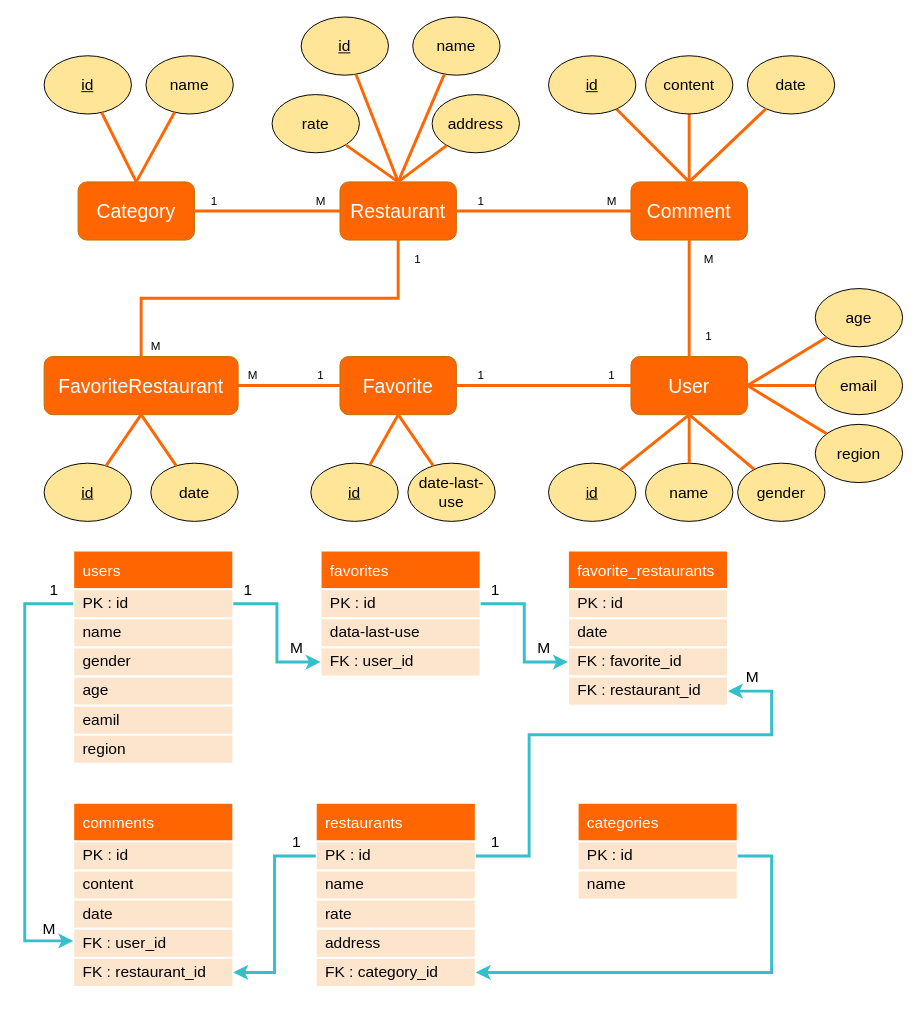
This is 餐廳論壇ERD+Schema.drawio.drawio from z88243310/bins, a draw.io file, before an edit. Source tidied: cells renumbered, new cells numbered last; positions are measured from the earlier drawing's top-left corner, leaving out a move shared by most shapes. Both pictures are drawn from the tidied source at 97%, with x=0, y=0 at pixel (24, 16).
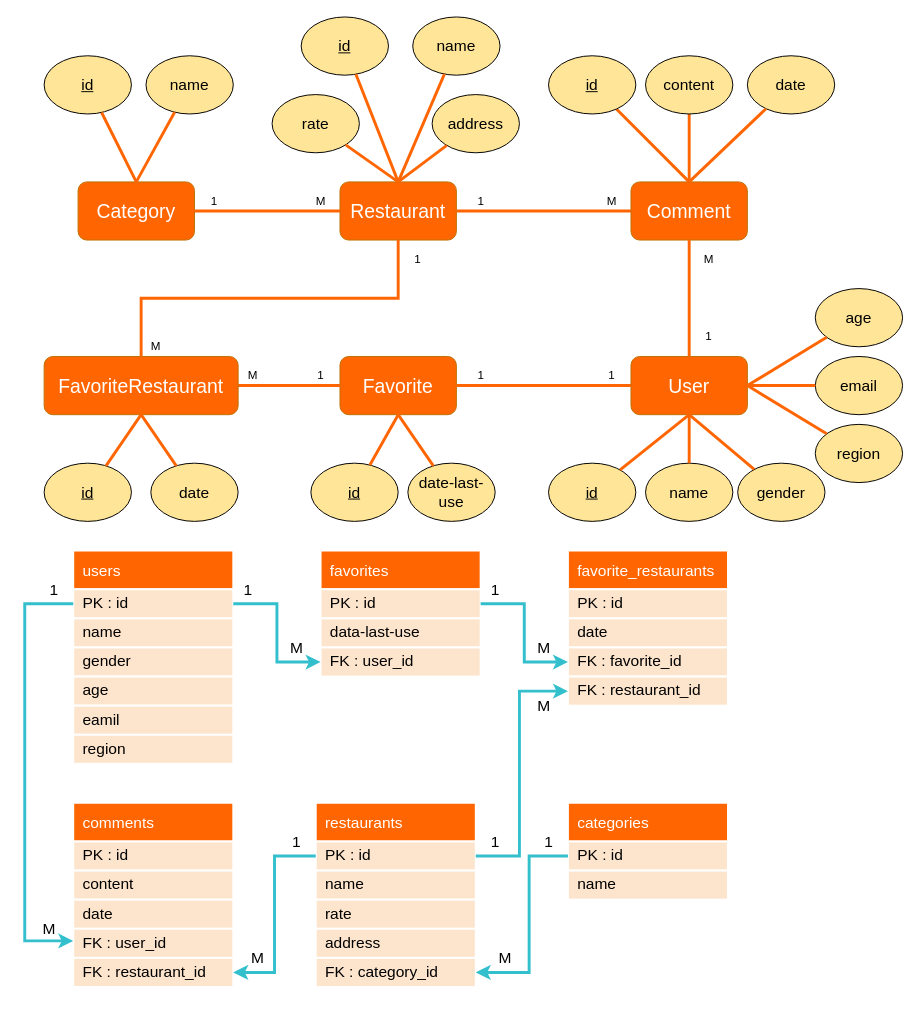
The same diagram, later.

Commit message (it also covers changes not shown here):
更新餐廳論壇ERD+Schema.drawio.drawio

The change refers to these unchanged cells:
```xml
<mxCell id="20" value="FK : restaurant_id" style="text;strokeColor=#FFFFFF;fillColor=#FDE5CD;spacingLeft=10;spacingRight=0;overflow=hidden;points=[[0,0.5],[1,0.5]];portConstraint=eastwest;fontSize=16;strokeWidth=2;sketch=0;shadow=0;rounded=0;glass=0;spacing=0;" parent="16" vertex="1">
  <mxGeometry y="130" width="165" height="30" as="geometry" />
</mxCell>
<mxCell id="24" value="PK : id" style="text;strokeColor=#FFFFFF;fillColor=#FDE5CD;spacingLeft=10;spacingRight=0;overflow=hidden;points=[[0,0.5],[1,0.5]];portConstraint=eastwest;fontSize=16;strokeWidth=2;perimeterSpacing=0;sketch=0;shadow=0;rounded=0;glass=0;spacing=0;fontStyle=0;" parent="23" vertex="1">
  <mxGeometry y="40" width="165" height="30" as="geometry" />
</mxCell>
<mxCell id="28" value="FK : category_id" style="text;strokeColor=#FFFFFF;fillColor=#FDE5CD;spacingLeft=10;spacingRight=0;overflow=hidden;points=[[0,0.5],[1,0.5]];portConstraint=eastwest;fontSize=16;strokeWidth=2;sketch=0;shadow=0;rounded=0;glass=0;spacing=0;" parent="23" vertex="1">
  <mxGeometry y="160" width="165" height="30" as="geometry" />
</mxCell>
<mxCell id="102" value="PK : id" style="text;strokeColor=#FFFFFF;fillColor=#FDE5CD;spacingLeft=10;spacingRight=0;overflow=hidden;points=[[0,0.5],[1,0.5]];portConstraint=eastwest;fontSize=16;strokeWidth=2;perimeterSpacing=0;sketch=0;shadow=0;rounded=0;glass=0;spacing=0;fontStyle=0;" parent="101" vertex="1">
  <mxGeometry y="40" width="165" height="30" as="geometry" />
</mxCell>
```

The edit, as a diff of the source:
```diff
@@
-    <mxCell id="29" style="edgeStyle=orthogonalEdgeStyle;rounded=0;jettySize=auto;html=1;fontSize=16;fontColor=#FFFFFF;strokeWidth=3;strokeColor=#33BFCC;entryX=1;entryY=0.5;entryDx=0;entryDy=0;exitX=1;exitY=0.5;exitDx=0;exitDy=0;" parent="1" edge="1" source="24" target="20">
+    <mxCell id="29" style="edgeStyle=orthogonalEdgeStyle;rounded=0;jettySize=auto;html=1;fontSize=16;fontColor=#FFFFFF;strokeWidth=3;strokeColor=#33BFCC;entryX=0;entryY=0.5;entryDx=0;entryDy=0;exitX=1;exitY=0.5;exitDx=0;exitDy=0;" parent="1" edge="1" source="24" target="20">
       <mxGeometry relative="1" as="geometry">
         <Array as="points">
-          <mxPoint x="520" y="865" />
-          <mxPoint x="520" y="740" />
-          <mxPoint x="770" y="740" />
-          <mxPoint x="770" y="695" />
+          <mxPoint x="510" y="865" />
+          <mxPoint x="510" y="695" />
         </Array>
       </mxGeometry>
     </mxCell>
     <mxCell id="30" value="M" style="text;html=1;align=center;verticalAlign=middle;strokeColor=none;fillColor=none;fontSize=16;fontColor=#000000;" parent="1" vertex="1">
-      <mxGeometry x="735" y="670" width="30" height="20" as="geometry" />
+      <mxGeometry x="520" y="700" width="30" height="20" as="geometry" />
     </mxCell>
@@
     <mxCell id="101" value="categories" style="swimlane;fontStyle=0;horizontal=1;startSize=40;align=left;fontSize=16;fontColor=#FFFFFF;fillColor=#FF6602;spacing=0;strokeColor=#FFFFFF;strokeWidth=2;spacingLeft=10;" parent="1" vertex="1">
-      <mxGeometry x="570" y="810" width="165" height="100" as="geometry" />
+      <mxGeometry x="560" y="810" width="165" height="100" as="geometry" />
     </mxCell>
@@
-    <mxCell id="104" style="edgeStyle=orthogonalEdgeStyle;rounded=0;jettySize=auto;html=1;fontSize=16;fontColor=#FFFFFF;strokeWidth=3;strokeColor=#33BFCC;entryX=1;entryY=0.5;entryDx=0;entryDy=0;exitX=1;exitY=0.5;exitDx=0;exitDy=0;" parent="1" edge="1" source="102" target="28">
+    <mxCell id="104" style="edgeStyle=orthogonalEdgeStyle;rounded=0;jettySize=auto;html=1;fontSize=16;fontColor=#FFFFFF;strokeWidth=3;strokeColor=#33BFCC;entryX=1;entryY=0.5;entryDx=0;entryDy=0;exitX=0;exitY=0.5;exitDx=0;exitDy=0;" parent="1" edge="1" source="102" target="28">
       <mxGeometry relative="1" as="geometry">
         <Array as="points">
-          <mxPoint x="770" y="865" />
-          <mxPoint x="770" y="985" />
+          <mxPoint x="520" y="865" />
+          <mxPoint x="520" y="985" />
         </Array>
       </mxGeometry>
     </mxCell>
@@
+    <mxCell id="110" value="1" style="text;html=1;align=center;verticalAlign=middle;strokeColor=none;fillColor=none;fontSize=16;fontColor=#000000;" parent="1" vertex="1">
+      <mxGeometry x="530" y="840" width="20" height="20" as="geometry" />
+    </mxCell>
+    <mxCell id="111" value="M" style="text;html=1;align=center;verticalAlign=middle;strokeColor=none;fillColor=none;fontSize=16;fontColor=#000000;" parent="1" vertex="1">
+      <mxGeometry x="480" y="960" width="30" height="20" as="geometry" />
+    </mxCell>
+    <mxCell id="112" value="M" style="text;html=1;align=center;verticalAlign=middle;strokeColor=none;fillColor=none;fontSize=16;fontColor=#000000;" parent="1" vertex="1">
+      <mxGeometry x="225" y="960" width="30" height="20" as="geometry" />
+    </mxCell>
```
